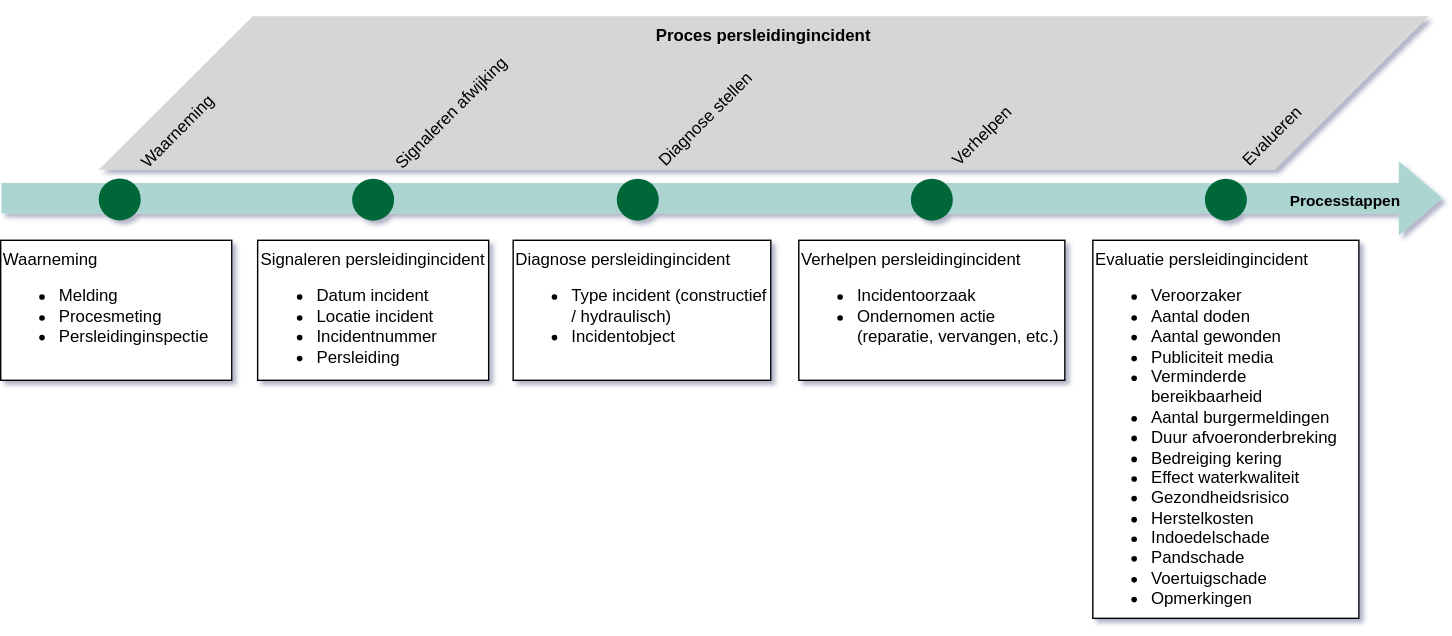
Before: media/PersleidingincidentDiagram.svg, a diagram exported from draw.io (StichtingRIONED/gwsw-persleidingen). Source tidied: cells renumbered, new cells last; positions are measured from the earlier drawing's top-left corner, leaving out a move shared by most shapes.
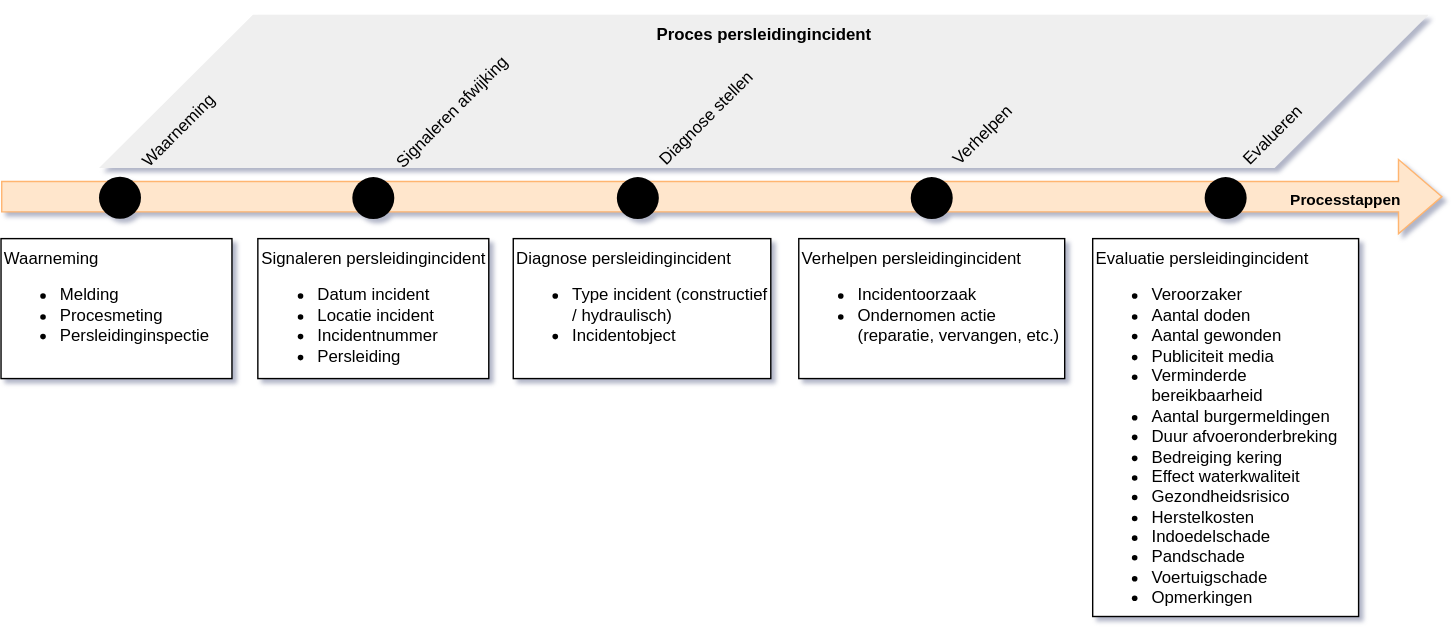
After the commit.

What changed in the source:
```diff
@@ -2,10 +2,10 @@
   <root>
     <mxCell id="0" />
     <mxCell id="1" parent="0" />
-    <mxCell id="2" value="Proces persleidingincident" style="shape=parallelogram;perimeter=parallelogramPerimeter;whiteSpace=wrap;html=1;fixedSize=1;size=110;horizontal=1;verticalAlign=top;fontFamily=arial;fontSize=12;fontStyle=1;strokeColor=none;fillColor=#D6D6D6;" parent="1" vertex="1">
+    <mxCell id="2" value="Proces persleidingincident" style="shape=parallelogram;perimeter=parallelogramPerimeter;whiteSpace=wrap;html=1;fixedSize=1;size=110;horizontal=1;verticalAlign=top;fontFamily=arial;fontSize=12;fontStyle=1;strokeColor=none;fillColor=#EFEFEF;" parent="1" vertex="1">
       <mxGeometry x="70" width="950" height="109.6" as="geometry" />
     </mxCell>
-    <mxCell id="3" style="shape=flexArrow;endArrow=classic;html=1;rounded=0;strokeColor=none;fillColor=#acd5d2;width=21.714285714285715;endSize=10;endWidth=30.285714285714285;fontFamily=arial;" parent="1" edge="1">
+    <mxCell id="3" style="shape=flexArrow;endArrow=classic;html=1;rounded=0;strokeColor=#FFB570;fillColor=#ffe6cc;width=21.714285714285715;endSize=10;endWidth=30.285714285714285;fontFamily=arial;" parent="1" edge="1">
       <mxGeometry relative="1" as="geometry">
         <mxPoint y="130" as="sourcePoint" />
         <mxPoint x="1030" y="130" as="targetPoint" />
@@ -16,25 +16,25 @@
         <mxPoint x="-23" y="-2" as="offset" />
       </mxGeometry>
     </mxCell>
-    <mxCell id="5" style="ellipse;whiteSpace=wrap;html=1;strokeColor=none;fillColor=#006838;fontFamily=arial;" parent="1" vertex="1">
+    <mxCell id="5" style="ellipse;whiteSpace=wrap;html=1;strokeColor=none;fillColor=#000000;fontFamily=arial;" parent="1" vertex="1">
       <mxGeometry x="251" y="116" width="30" height="30" as="geometry" />
     </mxCell>
     <mxCell id="6" value="Signaleren afwijking" style="text;html=1;strokeColor=none;fillColor=none;align=left;verticalAlign=middle;whiteSpace=wrap;rounded=0;rotation=-45;fontFamily=arial;" parent="1" vertex="1">
       <mxGeometry x="261" y="40" width="150" height="30" as="geometry" />
     </mxCell>
-    <mxCell id="7" style="ellipse;whiteSpace=wrap;html=1;strokeColor=none;fillColor=#006838;fontFamily=arial;" parent="1" vertex="1">
+    <mxCell id="7" style="ellipse;whiteSpace=wrap;html=1;strokeColor=none;fillColor=#000000;fontFamily=arial;" parent="1" vertex="1">
       <mxGeometry x="440" y="116" width="30" height="30" as="geometry" />
     </mxCell>
     <mxCell id="8" value="Diagnose stellen" style="text;html=1;strokeColor=none;fillColor=none;align=left;verticalAlign=middle;whiteSpace=wrap;rounded=0;rotation=-45;fontFamily=arial;" parent="1" vertex="1">
       <mxGeometry x="449" y="38" width="150" height="30" as="geometry" />
     </mxCell>
-    <mxCell id="9" style="ellipse;whiteSpace=wrap;html=1;strokeColor=none;fillColor=#006838;fontFamily=arial;direction=south;" parent="1" vertex="1">
+    <mxCell id="9" style="ellipse;whiteSpace=wrap;html=1;strokeColor=none;fillColor=#000000;fontFamily=arial;direction=south;" parent="1" vertex="1">
       <mxGeometry x="650" y="116" width="30" height="30" as="geometry" />
     </mxCell>
     <mxCell id="10" value="Verhelpen" style="text;html=1;strokeColor=none;fillColor=none;align=left;verticalAlign=middle;whiteSpace=wrap;rounded=0;rotation=-45;fontFamily=arial;" parent="1" vertex="1">
       <mxGeometry x="660" y="41.8" width="140" height="30" as="geometry" />
     </mxCell>
-    <mxCell id="11" style="ellipse;whiteSpace=wrap;html=1;strokeColor=none;fillColor=#006838;fontFamily=arial;direction=south;" parent="1" vertex="1">
+    <mxCell id="11" style="ellipse;whiteSpace=wrap;html=1;strokeColor=none;fillColor=#000000;fontFamily=arial;direction=south;" parent="1" vertex="1">
       <mxGeometry x="860" y="116" width="30" height="30" as="geometry" />
     </mxCell>
     <mxCell id="12" value="Evalueren" style="text;html=1;strokeColor=none;fillColor=none;align=left;verticalAlign=middle;whiteSpace=wrap;rounded=0;rotation=-45;fontFamily=arial;" parent="1" vertex="1">
@@ -52,7 +52,7 @@
     <mxCell id="16" value="&lt;font&gt;Evaluatie persleidingincident&lt;br&gt;&lt;/font&gt;&lt;ul&gt;&lt;li&gt;&lt;font&gt;Veroorzaker&lt;/font&gt;&lt;/li&gt;&lt;li&gt;&lt;font&gt;Aantal doden&lt;/font&gt;&lt;/li&gt;&lt;li&gt;&lt;font&gt;Aantal gewonden&lt;/font&gt;&lt;/li&gt;&lt;li&gt;&lt;font&gt;Publiciteit media&lt;/font&gt;&lt;/li&gt;&lt;li&gt;&lt;font&gt;Verminderde bereikbaarheid&lt;/font&gt;&lt;/li&gt;&lt;li&gt;&lt;font&gt;Aantal burgermeldingen&lt;/font&gt;&lt;/li&gt;&lt;li&gt;&lt;font&gt;Duur afvoeronderbreking&lt;/font&gt;&lt;/li&gt;&lt;li&gt;&lt;font&gt;Bedreiging kering&lt;/font&gt;&lt;/li&gt;&lt;li&gt;&lt;font&gt;Effect waterkwaliteit&lt;/font&gt;&lt;/li&gt;&lt;li&gt;&lt;font&gt;Gezondheidsrisico&lt;/font&gt;&lt;/li&gt;&lt;li&gt;&lt;font&gt;Herstelkosten&lt;/font&gt;&lt;/li&gt;&lt;li&gt;&lt;font&gt;Indoedelschade&lt;/font&gt;&lt;/li&gt;&lt;li&gt;&lt;font&gt;Pandschade&lt;/font&gt;&lt;/li&gt;&lt;li&gt;&lt;font&gt;Voertuigschade&lt;/font&gt;&lt;/li&gt;&lt;li&gt;&lt;font&gt;Opmerkingen&lt;/font&gt;&lt;/li&gt;&lt;/ul&gt;" style="rounded=0;whiteSpace=wrap;html=1;align=left;verticalAlign=top;fontFamily=arial;" parent="1" vertex="1">
       <mxGeometry x="780" y="160" width="190" height="270" as="geometry" />
     </mxCell>
-    <mxCell id="17" style="ellipse;whiteSpace=wrap;html=1;strokeColor=none;fillColor=#006838;fontFamily=arial;" parent="1" vertex="1">
+    <mxCell id="17" style="ellipse;whiteSpace=wrap;html=1;strokeColor=none;fillColor=#000000;fontFamily=arial;" parent="1" vertex="1">
       <mxGeometry x="70" y="115.8" width="30" height="30" as="geometry" />
     </mxCell>
     <mxCell id="18" value="Waarneming" style="text;html=1;strokeColor=none;fillColor=none;align=left;verticalAlign=middle;whiteSpace=wrap;rounded=0;rotation=-45;fontFamily=arial;" parent="1" vertex="1">
```
